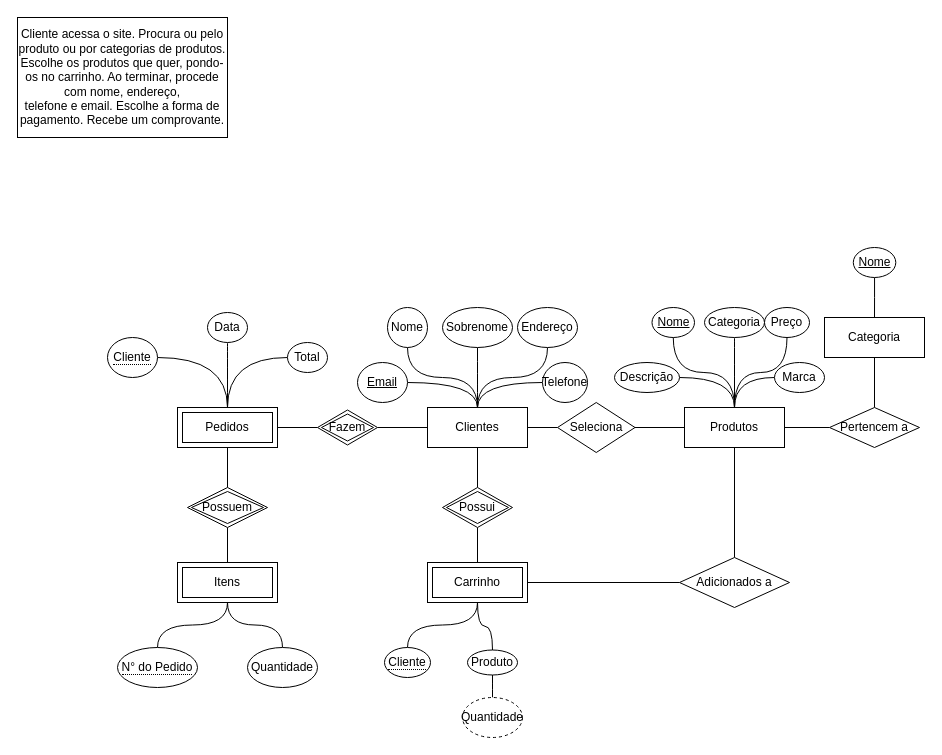
This is page "Conceitual" (1 of 2) of Dannyel/DanFonR.drawio from DanFonR/cco_database_iesb, a draw.io file, before an edit. Source tidied: cells renumbered, new cells numbered last; positions are measured from the earlier drawing's top-left corner, leaving out a move shared by most shapes. Both pictures are drawn from the tidied source at 100%, with x=0, y=0 at pixel (17, 17).
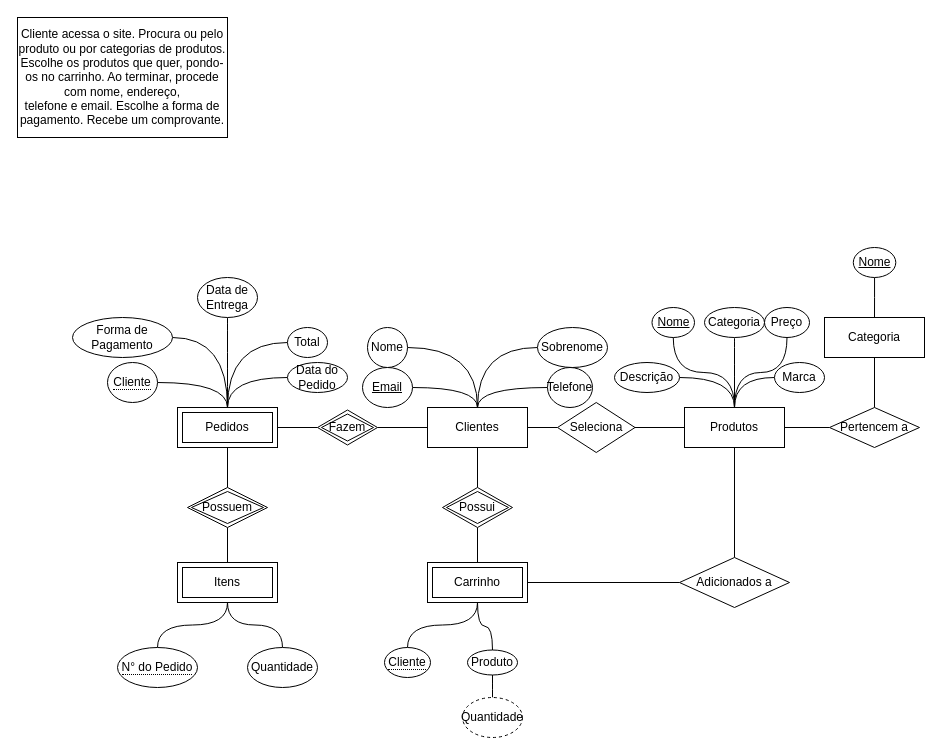
After the change.

Commit message:
Atualizado Modelo Conceitual, criado o lógico

The change refers to these unchanged cells:
```xml
<mxCell id="7" value="Clientes" style="whiteSpace=wrap;html=1;align=center;" parent="1" vertex="1">
  <mxGeometry x="410" y="390" width="100" height="40" as="geometry" />
</mxCell>
<mxCell id="23" value="Pedidos" style="shape=ext;margin=3;double=1;whiteSpace=wrap;html=1;align=center;" parent="1" vertex="1">
  <mxGeometry x="160" y="390" width="100" height="40" as="geometry" />
</mxCell>
```

What changed in the source:
```diff
@@
-    <mxCell id="2" style="edgeStyle=orthogonalEdgeStyle;rounded=0;jettySize=auto;html=1;entryX=0.5;entryY=1;entryDx=0;entryDy=0;curved=1;endArrow=none;endFill=0;" parent="1" edge="1" source="7" target="12">
+    <mxCell id="2" style="edgeStyle=orthogonalEdgeStyle;rounded=0;jettySize=auto;html=1;entryX=0;entryY=0.5;entryDx=0;entryDy=0;curved=1;endArrow=none;endFill=0;exitX=0.5;exitY=0;exitDx=0;exitDy=0;" parent="1" edge="1" source="7" target="12">
       <mxGeometry relative="1" as="geometry" />
     </mxCell>
-    <mxCell id="3" style="edgeStyle=orthogonalEdgeStyle;rounded=0;jettySize=auto;html=1;entryX=0.5;entryY=1;entryDx=0;entryDy=0;curved=1;endArrow=none;endFill=0;" parent="1" edge="1" source="7" target="11">
+    <mxCell id="3" style="edgeStyle=orthogonalEdgeStyle;rounded=0;jettySize=auto;html=1;entryX=1;entryY=0.5;entryDx=0;entryDy=0;curved=1;endArrow=none;endFill=0;exitX=0.5;exitY=0;exitDx=0;exitDy=0;" parent="1" edge="1" source="7" target="11">
       <mxGeometry relative="1" as="geometry" />
     </mxCell>
@@
-    <mxCell id="5" style="edgeStyle=orthogonalEdgeStyle;rounded=0;jettySize=auto;html=1;entryX=0.5;entryY=1;entryDx=0;entryDy=0;curved=1;endArrow=none;endFill=0;" parent="1" edge="1" source="7" target="13">
-      <mxGeometry relative="1" as="geometry" />
-    </mxCell>
@@
     <mxCell id="11" value="Nome" style="ellipse;whiteSpace=wrap;html=1;align=center;" parent="1" vertex="1">
-      <mxGeometry x="370" y="290" width="40" height="40" as="geometry" />
+      <mxGeometry x="350" y="310" width="40" height="40" as="geometry" />
     </mxCell>
     <mxCell id="12" value="Sobrenome" style="ellipse;whiteSpace=wrap;html=1;align=center;" parent="1" vertex="1">
-      <mxGeometry x="425" y="290" width="70" height="40" as="geometry" />
+      <mxGeometry x="520" y="310" width="70" height="40" as="geometry" />
     </mxCell>
-    <mxCell id="13" value="Endereço" style="ellipse;whiteSpace=wrap;html=1;align=center;" parent="1" vertex="1">
-      <mxGeometry x="500" y="290" width="60" height="40" as="geometry" />
-    </mxCell>
     <mxCell id="14" value="Telefone" style="ellipse;whiteSpace=wrap;html=1;align=center;" parent="1" vertex="1">
-      <mxGeometry x="525" y="345" width="45" height="40" as="geometry" />
+      <mxGeometry x="530" y="350" width="45" height="40" as="geometry" />
     </mxCell>
@@
-    <mxCell id="25" style="edgeStyle=orthogonalEdgeStyle;rounded=0;jettySize=auto;html=1;curved=1;endArrow=none;endFill=0;" parent="1" edge="1" source="26" target="7">
+    <mxCell id="25" style="edgeStyle=orthogonalEdgeStyle;rounded=0;jettySize=auto;html=1;curved=1;endArrow=none;endFill=0;entryX=0.5;entryY=0;entryDx=0;entryDy=0;" parent="1" edge="1" source="26" target="7">
       <mxGeometry relative="1" as="geometry" />
     </mxCell>
     <mxCell id="26" value="Email" style="ellipse;whiteSpace=wrap;html=1;align=center;fontStyle=4;" parent="1" vertex="1">
-      <mxGeometry x="340" y="345" width="50" height="40" as="geometry" />
+      <mxGeometry x="345" y="350" width="50" height="40" as="geometry" />
     </mxCell>
@@
     <mxCell id="53" value="&lt;span style=&quot;border-bottom: 1px dotted&quot;&gt;Cliente&lt;/span&gt;" style="ellipse;whiteSpace=wrap;html=1;align=center;" parent="1" vertex="1">
-      <mxGeometry x="90" y="320" width="50" height="40" as="geometry" />
+      <mxGeometry x="90" y="345" width="50" height="40" as="geometry" />
     </mxCell>
@@
     <mxCell id="55" value="Total" style="ellipse;whiteSpace=wrap;html=1;align=center;" parent="1" vertex="1">
-      <mxGeometry x="270" y="325" width="40" height="30" as="geometry" />
+      <mxGeometry x="270" y="310" width="40" height="30" as="geometry" />
     </mxCell>
@@
-    <mxCell id="57" value="Data" style="ellipse;whiteSpace=wrap;html=1;align=center;" parent="1" vertex="1">
-      <mxGeometry x="190" y="295" width="40" height="30" as="geometry" />
+    <mxCell id="57" value="Data do Pedido" style="ellipse;whiteSpace=wrap;html=1;align=center;" parent="1" vertex="1">
+      <mxGeometry x="270" y="345" width="60" height="30" as="geometry" />
     </mxCell>
@@
+    <mxCell id="66" style="edgeStyle=orthogonalEdgeStyle;rounded=0;jettySize=auto;html=1;entryX=0.5;entryY=0;entryDx=0;entryDy=0;endArrow=none;endFill=0;curved=1;" parent="1" edge="1" source="67" target="23">
+      <mxGeometry relative="1" as="geometry" />
+    </mxCell>
+    <mxCell id="67" value="Forma de Pagamento" style="ellipse;whiteSpace=wrap;html=1;align=center;" parent="1" vertex="1">
+      <mxGeometry x="55" y="300" width="100" height="40" as="geometry" />
+    </mxCell>
+    <mxCell id="68" style="edgeStyle=orthogonalEdgeStyle;rounded=0;jettySize=auto;html=1;curved=1;endArrow=none;endFill=0;" parent="1" edge="1" source="69" target="23">
+      <mxGeometry relative="1" as="geometry" />
+    </mxCell>
+    <mxCell id="69" value="Data de Entrega" style="ellipse;whiteSpace=wrap;html=1;align=center;" parent="1" vertex="1">
+      <mxGeometry x="180" y="260" width="60" height="40" as="geometry" />
+    </mxCell>
```
